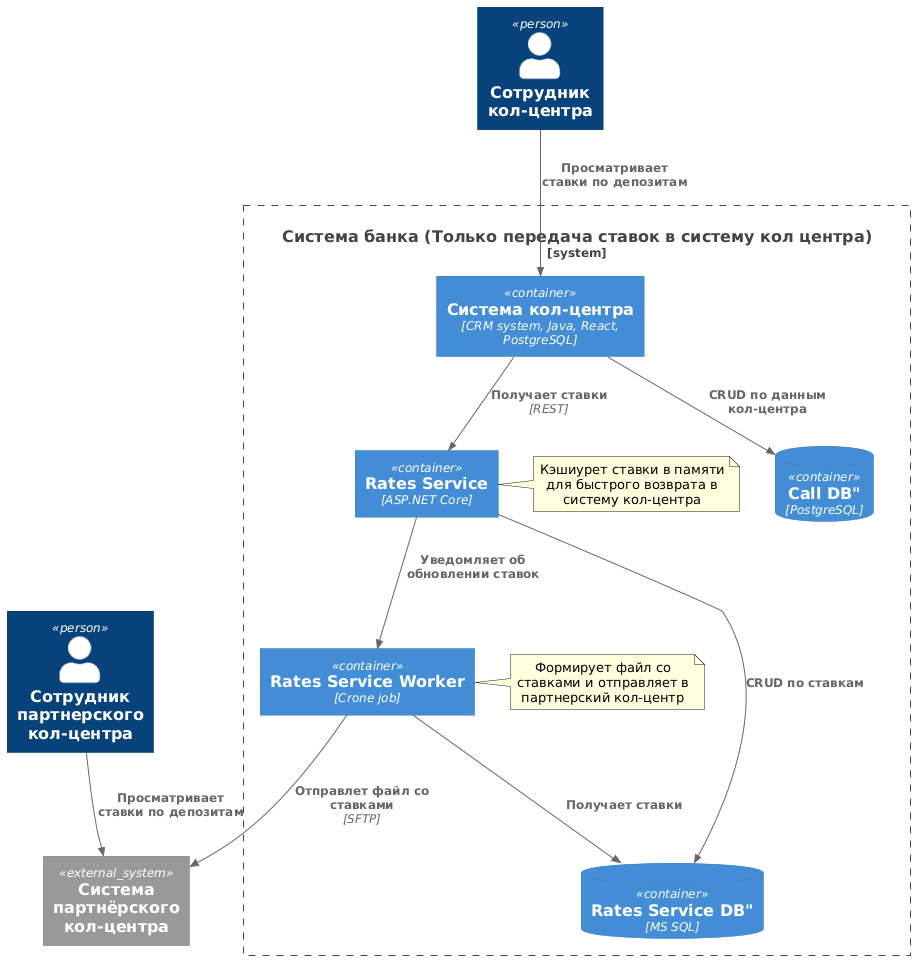
The PlantUML diagram Task4/containerC4.png in Gotoh666/architecture-standart, before a commit.
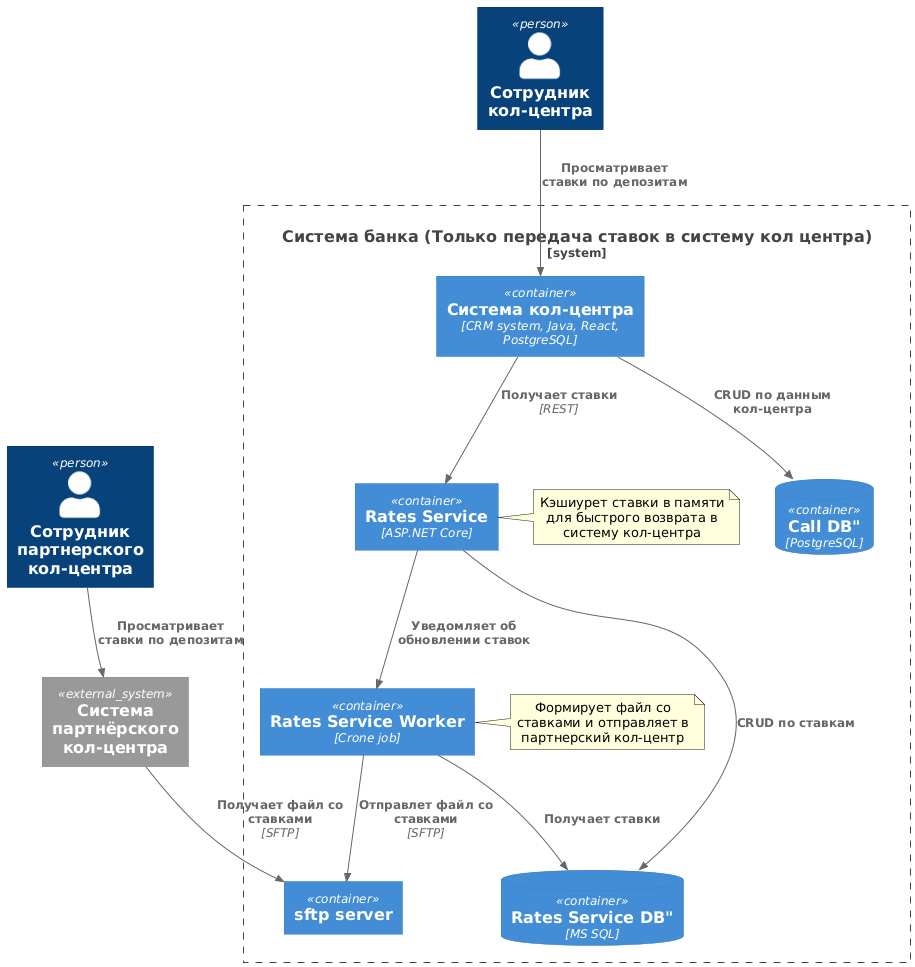
The same diagram one commit later.

Diff of the diagram source:
```diff
@@ -6,8 +6,11 @@
 
 System_Ext(extcall, "Система партнёрского кол-центра")
 
+
+
+
 System_Boundary(system, "Система банка (Только передача ставок в систему кол центра)"){
-
+Container(sftp, "sftp server", "")
 Container(call, "Система кол-центра", "CRM system, Java, React, PostgreSQL")
 
 Container(rates_service, "Rates Service", "ASP.NET Core")
@@ -31,7 +34,8 @@
 
 
 Rel(call, rates_service, "Получает ставки", "REST")
-Rel(rates_service_worker, extcall, "Отправлет файл со ставками", "SFTP")
+Rel(rates_service_worker, sftp, "Отправлет файл со ставками", "SFTP")
+Rel(extcall, sftp, "Получает файл со ставками", "SFTP")
 
 Rel(rates_service, rates_service_worker, "Уведомляет об обновлении ставок", "")
 
```
